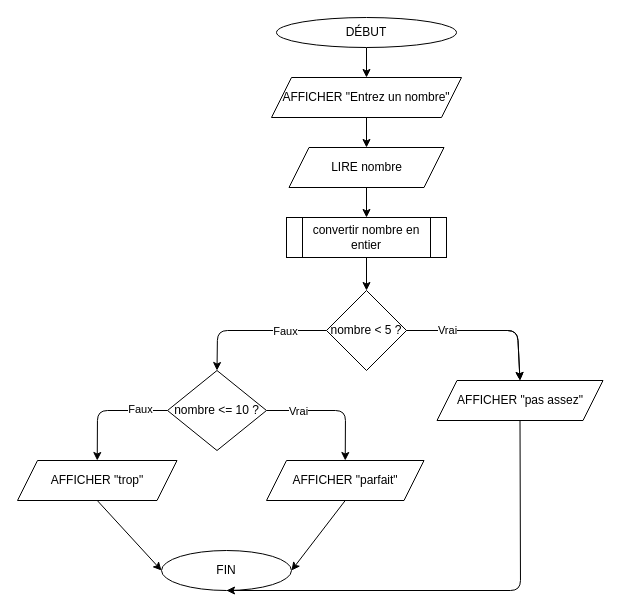
The draw.io diagram page "ordino4" (1 of 9) of content/semaine5/quiz/formes-ordino.drawio in 420SN1RE/A24, before the edit. Source tidied: cells renumbered, new cells numbered last; positions are measured from the earlier drawing's top-left corner, leaving out a move shared by most shapes. Both pictures are drawn from the tidied source at 100%, with x=0, y=0 at pixel (17, 17).
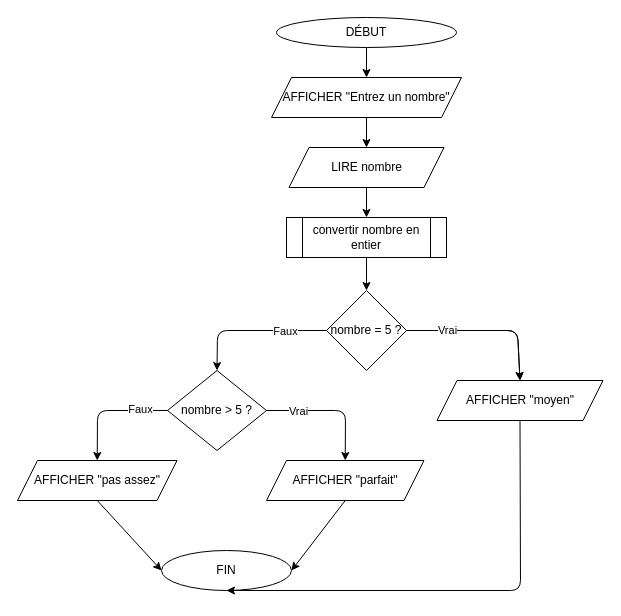
The same page after the edit.

What changed in the source:
```diff
@@
-    <mxCell id="8" value="AFFICHER &quot;trop&quot;" style="shape=parallelogram;perimeter=parallelogramPerimeter;whiteSpace=wrap;html=1;fixedSize=1;" parent="1" vertex="1">
+    <mxCell id="8" value="AFFICHER &quot;pas assez&quot;" style="shape=parallelogram;perimeter=parallelogramPerimeter;whiteSpace=wrap;html=1;fixedSize=1;" parent="1" vertex="1">
       <mxGeometry y="443" width="159.5" height="40" as="geometry" />
     </mxCell>
@@
-    <mxCell id="11" value="AFFICHER &quot;pas assez&quot;" style="shape=parallelogram;perimeter=parallelogramPerimeter;whiteSpace=wrap;html=1;fixedSize=1;" parent="1" vertex="1">
+    <mxCell id="11" value="AFFICHER &quot;moyen&quot;" style="shape=parallelogram;perimeter=parallelogramPerimeter;whiteSpace=wrap;html=1;fixedSize=1;" parent="1" vertex="1">
       <mxGeometry x="419.5" y="363" width="166" height="40" as="geometry" />
     </mxCell>
@@
-    <mxCell id="16" value="nombre &amp;lt; 5 ?" style="rhombus;whiteSpace=wrap;html=1;" parent="1" vertex="1">
+    <mxCell id="16" value="nombre = 5 ?" style="rhombus;whiteSpace=wrap;html=1;" parent="1" vertex="1">
       <mxGeometry x="309" y="273" width="80" height="80" as="geometry" />
     </mxCell>
@@
-    <mxCell id="21" value="nombre &amp;lt;= 10 ?" style="rhombus;whiteSpace=wrap;html=1;" parent="1" vertex="1">
+    <mxCell id="21" value="nombre &amp;gt; 5 ?" style="rhombus;whiteSpace=wrap;html=1;" parent="1" vertex="1">
       <mxGeometry x="150" y="353" width="99" height="80" as="geometry" />
     </mxCell>
```
